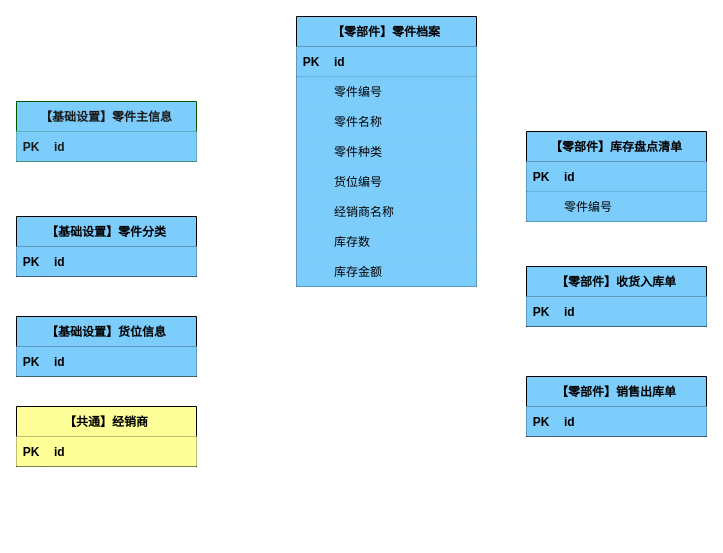
Above: page "零件档案管理-聚合根" (4 of 4) of 库存管理-零件档案管理.drawio in 1132489442/gitRepository1 (draw.io), before the change. Source tidied: cells renumbered, new cells numbered last; positions are measured from the earlier drawing's top-left corner, leaving out a move shared by most shapes. Both pictures are drawn from the tidied source at 100%, with x=0, y=0 at pixel (16, 16).
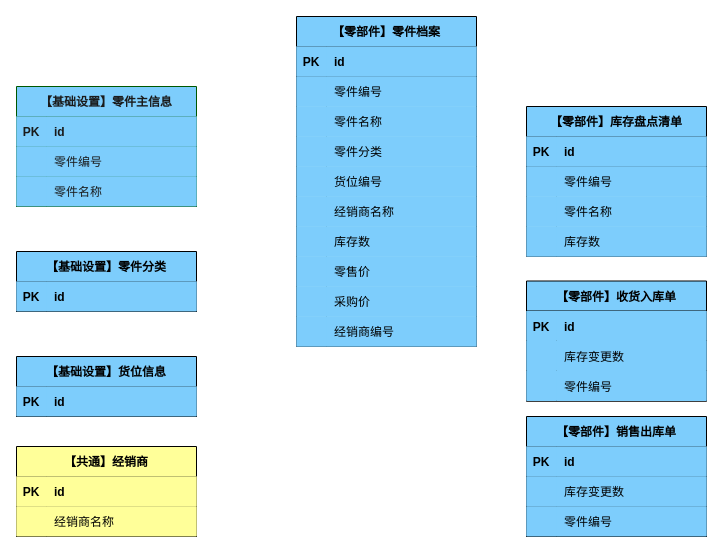
Above is the later version.

Commit message (it also covers changes not shown here):
更新库存管理-零件档案管理.drawio

The change refers to these unchanged cells:
```xml
<mxCell id="32" style="shape=tableRow;horizontal=0;startSize=0;swimlaneHead=0;swimlaneBody=0;fillColor=#7DCDFC;top=0;left=0;right=0;bottom=0;" parent="10" vertex="1">
  <mxGeometry y="240" width="180" height="30" as="geometry" />
</mxCell>
```

What changed in the source:
```diff
@@
     <mxCell id="2" value="【基础设置】货位信息" style="shape=table;startSize=30;childLayout=tableLayout;rowLines=0;fontStyle=1;align=center;fillColor=#7DCDFC;" parent="1" vertex="1">
-      <mxGeometry y="300" width="180" height="60" as="geometry" />
+      <mxGeometry y="340" width="180" height="60" as="geometry" />
     </mxCell>
@@
     <mxCell id="6" value="【基础设置】零件主信息" style="shape=table;startSize=30;childLayout=tableLayout;rowLines=0;fontStyle=1;align=center;fillColor=#7DCDFC;fontColor=#1A1A1A;strokeColor=#005700;" parent="1" vertex="1">
-      <mxGeometry y="85" width="180" height="60" as="geometry" />
+      <mxGeometry y="70" width="180" height="120" as="geometry" />
     </mxCell>
@@
+    <mxCell id="58" style="shape=tableRow;horizontal=0;startSize=0;swimlaneHead=0;swimlaneBody=0;fillColor=#7DCDFC;top=0;left=0;right=0;bottom=1;fontColor=#1A1A1A;strokeColor=#005700;fontStyle=0;" parent="6" vertex="1">
+      <mxGeometry y="60" width="180" height="30" as="geometry" />
+    </mxCell>
+    <mxCell id="59" style="shape=partialRectangle;fillColor=#7DCDFC;top=0;left=0;bottom=0;right=0;fontStyle=0;overflow=hidden;fontColor=#1A1A1A;strokeColor=#005700;" parent="58" vertex="1">
+      <mxGeometry width="30" height="30" as="geometry" />
+    </mxCell>
+    <mxCell id="60" value="零件编号    " style="shape=partialRectangle;fillColor=#7DCDFC;top=0;left=0;bottom=0;right=0;align=left;spacingLeft=6;fontStyle=0;overflow=hidden;fontColor=#1A1A1A;strokeColor=#005700;" parent="58" vertex="1">
+      <mxGeometry x="30" width="150" height="30" as="geometry" />
+    </mxCell>
+    <mxCell id="61" style="shape=tableRow;horizontal=0;startSize=0;swimlaneHead=0;swimlaneBody=0;fillColor=#7DCDFC;top=0;left=0;right=0;bottom=1;fontColor=#1A1A1A;strokeColor=#005700;fontStyle=0;" parent="6" vertex="1">
+      <mxGeometry y="90" width="180" height="30" as="geometry" />
+    </mxCell>
+    <mxCell id="62" style="shape=partialRectangle;fillColor=#7DCDFC;top=0;left=0;bottom=0;right=0;fontStyle=0;overflow=hidden;fontColor=#1A1A1A;strokeColor=#005700;" parent="61" vertex="1">
+      <mxGeometry width="30" height="30" as="geometry" />
+    </mxCell>
+    <mxCell id="63" value="零件名称" style="shape=partialRectangle;fillColor=#7DCDFC;top=0;left=0;bottom=0;right=0;align=left;spacingLeft=6;fontStyle=0;overflow=hidden;fontColor=#1A1A1A;strokeColor=#005700;" parent="61" vertex="1">
+      <mxGeometry x="30" width="150" height="30" as="geometry" />
+    </mxCell>
     <mxCell id="10" value="【零部件】零件档案" style="shape=table;startSize=30;childLayout=tableLayout;rowLines=0;fontStyle=1;align=center;fillColor=#7DCDFC;" parent="1" vertex="1">
-      <mxGeometry x="280" width="180" height="270" as="geometry" />
+      <mxGeometry x="280" width="180" height="330" as="geometry" />
     </mxCell>
@@
-    <mxCell id="20" style="shape=tableRow;horizontal=0;startSize=0;swimlaneHead=0;swimlaneBody=0;fillColor=#7DCDFC;top=0;left=0;right=0;bottom=0;" parent="10" vertex="1">
-      <mxGeometry y="120" width="180" height="30" as="geometry" />
-    </mxCell>
-    <mxCell id="21" style="shape=partialRectangle;fillColor=#7DCDFC;top=0;left=0;bottom=0;right=0;overflow=hidden;" parent="20" vertex="1">
-      <mxGeometry width="30" height="30" as="geometry" />
-    </mxCell>
-    <mxCell id="22" value="零件种类" style="shape=partialRectangle;fillColor=#7DCDFC;top=0;left=0;bottom=0;right=0;align=left;spacingLeft=6;overflow=hidden;" parent="20" vertex="1">
-      <mxGeometry x="30" width="150" height="30" as="geometry" />
-    </mxCell>
+    <mxCell id="64" style="shape=tableRow;horizontal=0;startSize=0;swimlaneHead=0;swimlaneBody=0;fillColor=#7DCDFC;top=0;left=0;right=0;bottom=0;" parent="10" vertex="1">
+      <mxGeometry y="120" width="180" height="30" as="geometry" />
+    </mxCell>
+    <mxCell id="65" style="shape=partialRectangle;fillColor=#7DCDFC;top=0;left=0;bottom=0;right=0;overflow=hidden;" parent="64" vertex="1">
+      <mxGeometry width="30" height="30" as="geometry" />
+    </mxCell>
+    <mxCell id="66" value="零件分类" style="shape=partialRectangle;fillColor=#7DCDFC;top=0;left=0;bottom=0;right=0;align=left;spacingLeft=6;overflow=hidden;" parent="64" vertex="1">
+      <mxGeometry x="30" width="150" height="30" as="geometry" />
+    </mxCell>
@@
-    <mxCell id="34" value="库存金额" style="shape=partialRectangle;fillColor=#7DCDFC;top=0;left=0;bottom=0;right=0;align=left;spacingLeft=6;overflow=hidden;" parent="32" vertex="1">
+    <mxCell id="34" value="零售价" style="shape=partialRectangle;fillColor=#7DCDFC;top=0;left=0;bottom=0;right=0;align=left;spacingLeft=6;overflow=hidden;" parent="32" vertex="1">
       <mxGeometry x="30" width="150" height="30" as="geometry" />
     </mxCell>
+    <mxCell id="67" style="shape=tableRow;horizontal=0;startSize=0;swimlaneHead=0;swimlaneBody=0;fillColor=#7DCDFC;top=0;left=0;right=0;bottom=0;" parent="10" vertex="1">
+      <mxGeometry y="270" width="180" height="30" as="geometry" />
+    </mxCell>
+    <mxCell id="68" style="shape=partialRectangle;fillColor=#7DCDFC;top=0;left=0;bottom=0;right=0;overflow=hidden;" parent="67" vertex="1">
+      <mxGeometry width="30" height="30" as="geometry" />
+    </mxCell>
+    <mxCell id="69" value="采购价" style="shape=partialRectangle;fillColor=#7DCDFC;top=0;left=0;bottom=0;right=0;align=left;spacingLeft=6;overflow=hidden;" parent="67" vertex="1">
+      <mxGeometry x="30" width="150" height="30" as="geometry" />
+    </mxCell>
+    <mxCell id="70" style="shape=tableRow;horizontal=0;startSize=0;swimlaneHead=0;swimlaneBody=0;fillColor=#7DCDFC;top=0;left=0;right=0;bottom=0;" parent="10" vertex="1">
+      <mxGeometry y="300" width="180" height="30" as="geometry" />
+    </mxCell>
+    <mxCell id="71" style="shape=partialRectangle;fillColor=#7DCDFC;top=0;left=0;bottom=0;right=0;overflow=hidden;" parent="70" vertex="1">
+      <mxGeometry width="30" height="30" as="geometry" />
+    </mxCell>
+    <mxCell id="72" value="经销商编号" style="shape=partialRectangle;fillColor=#7DCDFC;top=0;left=0;bottom=0;right=0;align=left;spacingLeft=6;overflow=hidden;" parent="70" vertex="1">
+      <mxGeometry x="30" width="150" height="30" as="geometry" />
+    </mxCell>
     <mxCell id="35" value="【基础设置】零件分类" style="shape=table;startSize=30;childLayout=tableLayout;rowLines=0;fontStyle=1;align=center;fillColor=#7DCDFC;" parent="1" vertex="1">
-      <mxGeometry y="200" width="180" height="60" as="geometry" />
+      <mxGeometry y="235" width="180" height="60" as="geometry" />
     </mxCell>
@@
     <mxCell id="39" value="【零部件】库存盘点清单" style="shape=table;startSize=30;childLayout=tableLayout;rowLines=0;fontStyle=1;align=center;fillColor=#7DCDFC;" parent="1" vertex="1">
-      <mxGeometry x="510" y="115" width="180" height="90" as="geometry" />
+      <mxGeometry x="510" y="90" width="180" height="150" as="geometry" />
     </mxCell>
@@
+    <mxCell id="73" style="shape=tableRow;horizontal=0;startSize=0;swimlaneHead=0;swimlaneBody=0;fillColor=#7DCDFC;top=0;left=0;right=0;bottom=0;" parent="39" vertex="1">
+      <mxGeometry y="90" width="180" height="30" as="geometry" />
+    </mxCell>
+    <mxCell id="74" style="shape=partialRectangle;fillColor=#7DCDFC;top=0;left=0;bottom=0;right=0;overflow=hidden;" parent="73" vertex="1">
+      <mxGeometry width="30" height="30" as="geometry" />
+    </mxCell>
+    <mxCell id="75" value="零件名称" style="shape=partialRectangle;fillColor=#7DCDFC;top=0;left=0;bottom=0;right=0;align=left;spacingLeft=6;overflow=hidden;" parent="73" vertex="1">
+      <mxGeometry x="30" width="150" height="30" as="geometry" />
+    </mxCell>
+    <mxCell id="76" style="shape=tableRow;horizontal=0;startSize=0;swimlaneHead=0;swimlaneBody=0;fillColor=#7DCDFC;top=0;left=0;right=0;bottom=0;" parent="39" vertex="1">
+      <mxGeometry y="120" width="180" height="30" as="geometry" />
+    </mxCell>
+    <mxCell id="77" style="shape=partialRectangle;fillColor=#7DCDFC;top=0;left=0;bottom=0;right=0;overflow=hidden;" parent="76" vertex="1">
+      <mxGeometry width="30" height="30" as="geometry" />
+    </mxCell>
+    <mxCell id="78" value="库存数" style="shape=partialRectangle;fillColor=#7DCDFC;top=0;left=0;bottom=0;right=0;align=left;spacingLeft=6;overflow=hidden;" parent="76" vertex="1">
+      <mxGeometry x="30" width="150" height="30" as="geometry" />
+    </mxCell>
     <mxCell id="46" value="【共通】经销商" style="shape=table;startSize=30;childLayout=tableLayout;rowLines=0;fontStyle=1;align=center;fillColor=#FFFF99;" parent="1" vertex="1">
-      <mxGeometry y="390" width="180" height="60" as="geometry" />
+      <mxGeometry y="430" width="180" height="90" as="geometry" />
     </mxCell>
@@
+    <mxCell id="79" style="shape=tableRow;horizontal=0;startSize=0;swimlaneHead=0;swimlaneBody=0;fillColor=#FFFF99;top=0;left=0;right=0;bottom=1;" parent="46" vertex="1">
+      <mxGeometry y="60" width="180" height="30" as="geometry" />
+    </mxCell>
+    <mxCell id="80" style="shape=partialRectangle;fillColor=#FFFF99;top=0;left=0;bottom=0;right=0;fontStyle=1;overflow=hidden;" parent="79" vertex="1">
+      <mxGeometry width="30" height="30" as="geometry" />
+    </mxCell>
+    <mxCell id="81" value="经销商名称" style="shape=partialRectangle;fillColor=#FFFF99;top=0;left=0;bottom=0;right=0;align=left;spacingLeft=6;fontStyle=0;overflow=hidden;" parent="79" vertex="1">
+      <mxGeometry x="30" width="150" height="30" as="geometry" />
+    </mxCell>
     <mxCell id="50" value="【零部件】收货入库单" style="shape=table;startSize=30;childLayout=tableLayout;rowLines=0;fontStyle=1;align=center;fillColor=#7DCDFC;" parent="1" vertex="1">
-      <mxGeometry x="510" y="250" width="180" height="60" as="geometry" />
+      <mxGeometry x="510" y="264.5" width="180" height="120" as="geometry" />
     </mxCell>
@@
+    <mxCell id="82" style="shape=tableRow;horizontal=0;startSize=0;swimlaneHead=0;swimlaneBody=0;fillColor=#7DCDFC;top=0;left=0;right=0;bottom=1;" parent="50" vertex="1">
+      <mxGeometry y="60" width="180" height="30" as="geometry" />
+    </mxCell>
+    <mxCell id="83" style="shape=partialRectangle;fillColor=#7DCDFC;top=0;left=0;bottom=0;right=0;fontStyle=1;overflow=hidden;" parent="82" vertex="1">
+      <mxGeometry width="30" height="30" as="geometry" />
+    </mxCell>
+    <mxCell id="84" value="库存变更数" style="shape=partialRectangle;fillColor=#7DCDFC;top=0;left=0;bottom=0;right=0;align=left;spacingLeft=6;fontStyle=0;overflow=hidden;" parent="82" vertex="1">
+      <mxGeometry x="30" width="150" height="30" as="geometry" />
+    </mxCell>
+    <mxCell id="85" style="shape=tableRow;horizontal=0;startSize=0;swimlaneHead=0;swimlaneBody=0;fillColor=#7DCDFC;top=0;left=0;right=0;bottom=1;" parent="50" vertex="1">
+      <mxGeometry y="90" width="180" height="30" as="geometry" />
+    </mxCell>
+    <mxCell id="86" style="shape=partialRectangle;fillColor=#7DCDFC;top=0;left=0;bottom=0;right=0;fontStyle=1;overflow=hidden;" parent="85" vertex="1">
+      <mxGeometry width="30" height="30" as="geometry" />
+    </mxCell>
+    <mxCell id="87" value="零件编号" style="shape=partialRectangle;fillColor=#7DCDFC;top=0;left=0;bottom=0;right=0;align=left;spacingLeft=6;fontStyle=0;overflow=hidden;" parent="85" vertex="1">
+      <mxGeometry x="30" width="150" height="30" as="geometry" />
+    </mxCell>
     <mxCell id="54" value="【零部件】销售出库单" style="shape=table;startSize=30;childLayout=tableLayout;rowLines=0;fontStyle=1;align=center;fillColor=#7DCDFC;" parent="1" vertex="1">
-      <mxGeometry x="510" y="360" width="180" height="60" as="geometry" />
+      <mxGeometry x="510" y="400" width="180" height="120" as="geometry" />
     </mxCell>
@@
+    <mxCell id="88" style="shape=tableRow;horizontal=0;startSize=0;swimlaneHead=0;swimlaneBody=0;fillColor=#7DCDFC;top=0;left=0;right=0;bottom=1;" parent="54" vertex="1">
+      <mxGeometry y="60" width="180" height="30" as="geometry" />
+    </mxCell>
+    <mxCell id="89" style="shape=partialRectangle;fillColor=#7DCDFC;top=0;left=0;bottom=0;right=0;fontStyle=1;overflow=hidden;" parent="88" vertex="1">
+      <mxGeometry width="30" height="30" as="geometry" />
+    </mxCell>
+    <mxCell id="90" value="库存变更数" style="shape=partialRectangle;fillColor=#7DCDFC;top=0;left=0;bottom=0;right=0;align=left;spacingLeft=6;fontStyle=0;overflow=hidden;" parent="88" vertex="1">
+      <mxGeometry x="30" width="150" height="30" as="geometry" />
+    </mxCell>
+    <mxCell id="91" style="shape=tableRow;horizontal=0;startSize=0;swimlaneHead=0;swimlaneBody=0;fillColor=#7DCDFC;top=0;left=0;right=0;bottom=1;" parent="54" vertex="1">
+      <mxGeometry y="90" width="180" height="30" as="geometry" />
+    </mxCell>
+    <mxCell id="92" style="shape=partialRectangle;fillColor=#7DCDFC;top=0;left=0;bottom=0;right=0;fontStyle=1;overflow=hidden;" parent="91" vertex="1">
+      <mxGeometry width="30" height="30" as="geometry" />
+    </mxCell>
+    <mxCell id="93" value="零件编号" style="shape=partialRectangle;fillColor=#7DCDFC;top=0;left=0;bottom=0;right=0;align=left;spacingLeft=6;fontStyle=0;overflow=hidden;" parent="91" vertex="1">
+      <mxGeometry x="30" width="150" height="30" as="geometry" />
+    </mxCell>
```
